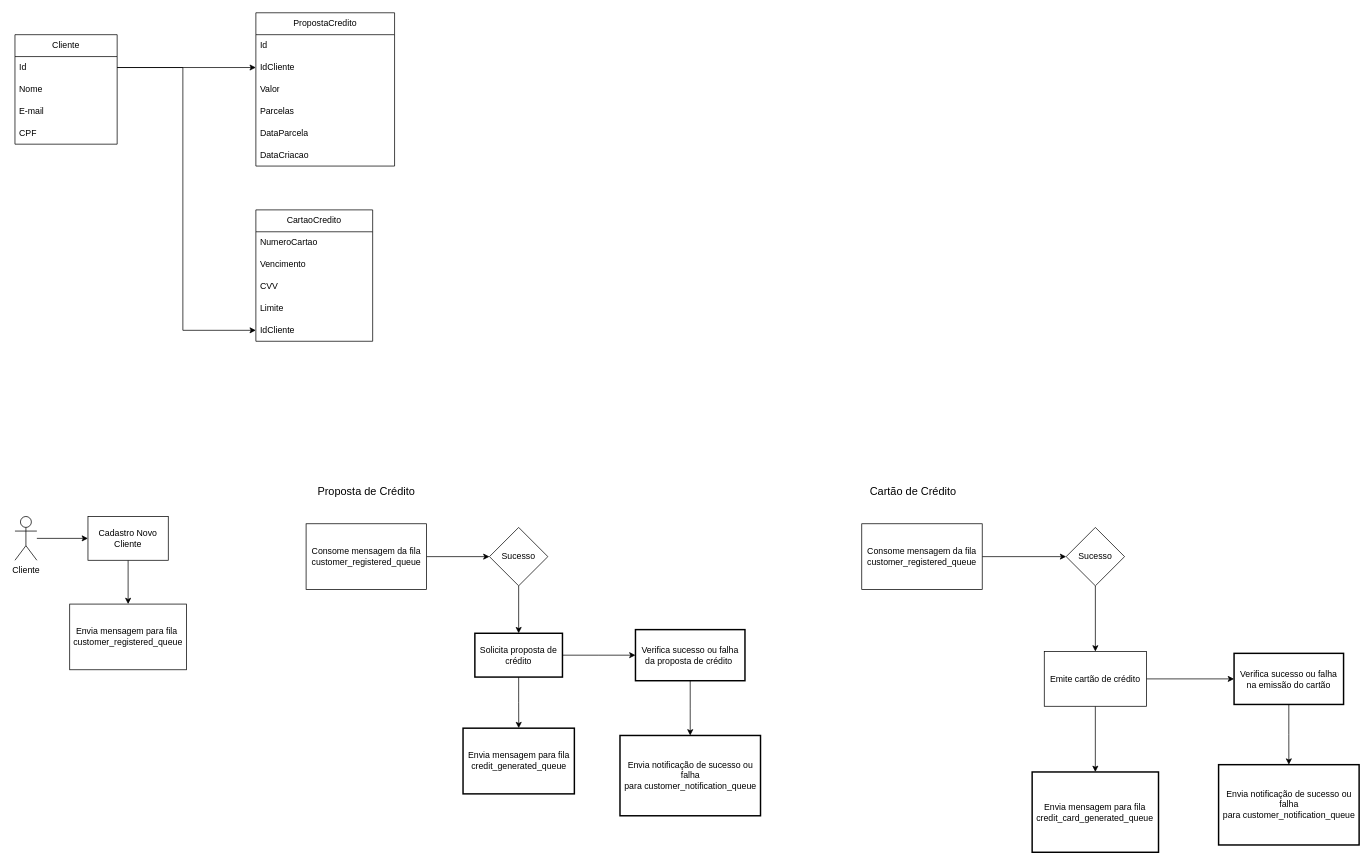
GabrielaPSilva/CreditoClienteBancoParana keeps this draw.io diagram as FluxoCreditoCliente.drawio. Above is the earlier version. Source tidied: cells renumbered, new cells numbered last; positions are measured from the earlier drawing's top-left corner, leaving out a move shared by most shapes. Both pictures are drawn from the tidied source at 73%, with x=0, y=0 at pixel (15, 12).
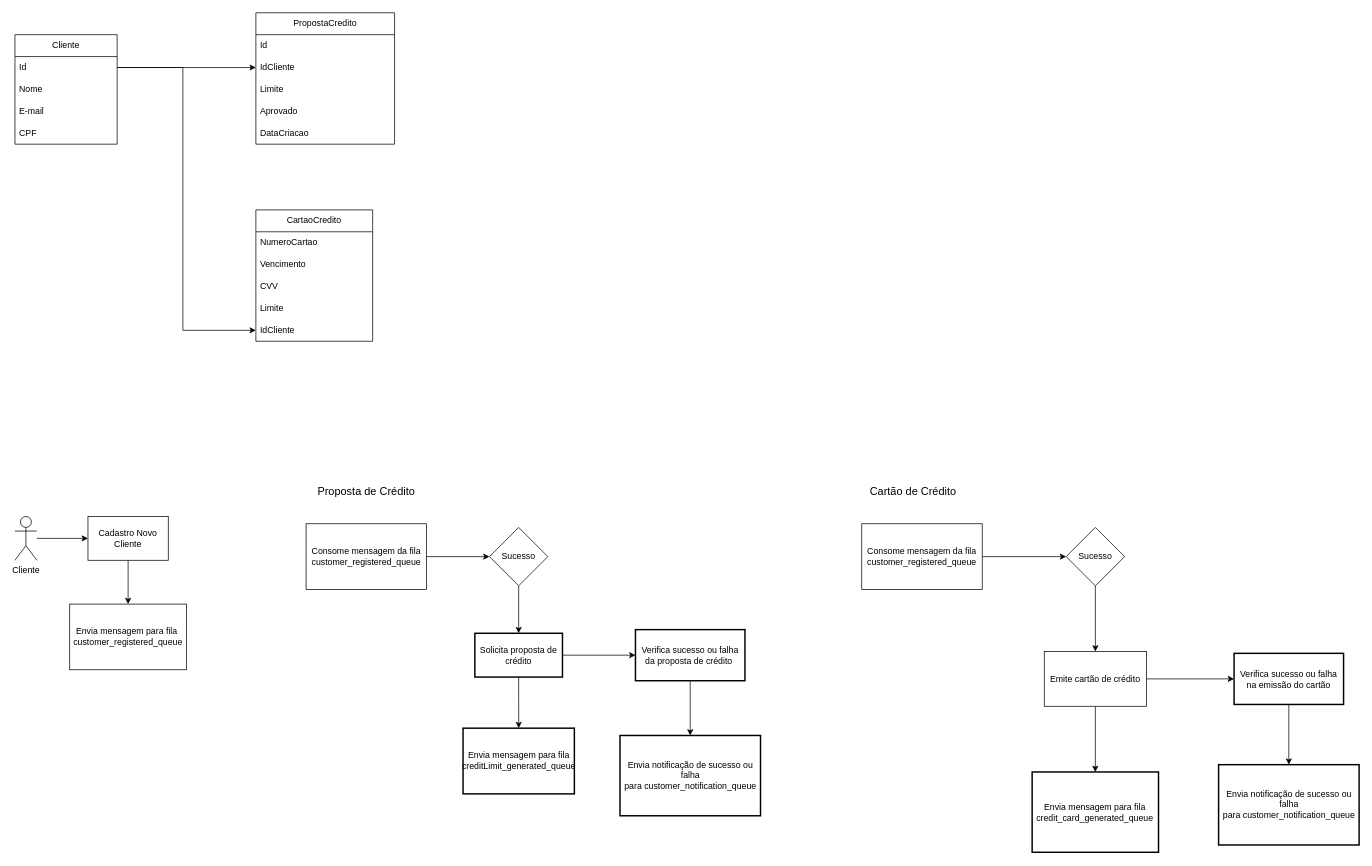
Above is the later version.

Diff of the diagram source:
```diff
@@
     <mxCell id="7" value="PropostaCredito" style="swimlane;fontStyle=0;horizontal=1;startSize=30;whiteSpace=wrap;html=1;" parent="1" vertex="1">
-      <mxGeometry x="330" width="190" height="210" as="geometry" />
+      <mxGeometry x="330" width="190" height="180" as="geometry" />
     </mxCell>
@@
-    <mxCell id="10" value="Valor" style="text;strokeColor=none;fillColor=none;align=left;verticalAlign=middle;spacingLeft=4;spacingRight=4;overflow=hidden;whiteSpace=wrap;html=1;" parent="7" vertex="1">
+    <mxCell id="10" value="Limite" style="text;strokeColor=none;fillColor=none;align=left;verticalAlign=middle;spacingLeft=4;spacingRight=4;overflow=hidden;whiteSpace=wrap;html=1;" parent="7" vertex="1">
       <mxGeometry y="90" width="190" height="30" as="geometry" />
     </mxCell>
-    <mxCell id="11" value="Parcelas" style="text;strokeColor=none;fillColor=none;align=left;verticalAlign=middle;spacingLeft=4;spacingRight=4;overflow=hidden;whiteSpace=wrap;html=1;" parent="7" vertex="1">
-      <mxGeometry y="120" width="190" height="30" as="geometry" />
-    </mxCell>
-    <mxCell id="12" value="DataParcela" style="text;strokeColor=none;fillColor=none;align=left;verticalAlign=middle;spacingLeft=4;spacingRight=4;overflow=hidden;whiteSpace=wrap;html=1;" parent="7" vertex="1">
-      <mxGeometry y="150" width="190" height="30" as="geometry" />
-    </mxCell>
+    <mxCell id="51" value="Aprovado" style="text;strokeColor=none;fillColor=none;align=left;verticalAlign=middle;spacingLeft=4;spacingRight=4;overflow=hidden;whiteSpace=wrap;html=1;" parent="7" vertex="1">
+      <mxGeometry y="120" width="190" height="30" as="geometry" />
+    </mxCell>
     <mxCell id="13" value="DataCriacao" style="text;strokeColor=none;fillColor=none;align=left;verticalAlign=middle;spacingLeft=4;spacingRight=4;overflow=hidden;whiteSpace=wrap;html=1;" parent="7" vertex="1">
-      <mxGeometry y="180" width="190" height="30" as="geometry" />
+      <mxGeometry y="150" width="190" height="30" as="geometry" />
     </mxCell>
@@
-    <mxCell id="34" value="Envia mensagem para fila&lt;div&gt;credit_generated_queue&lt;/div&gt;" style="whiteSpace=wrap;html=1;strokeWidth=2;" parent="1" vertex="1">
+    <mxCell id="34" value="Envia mensagem para fila&lt;div&gt;creditLimit_generated_queue&lt;/div&gt;" style="whiteSpace=wrap;html=1;strokeWidth=2;" parent="1" vertex="1">
       <mxGeometry x="613.8" y="980" width="152.5" height="90" as="geometry" />
     </mxCell>
```
